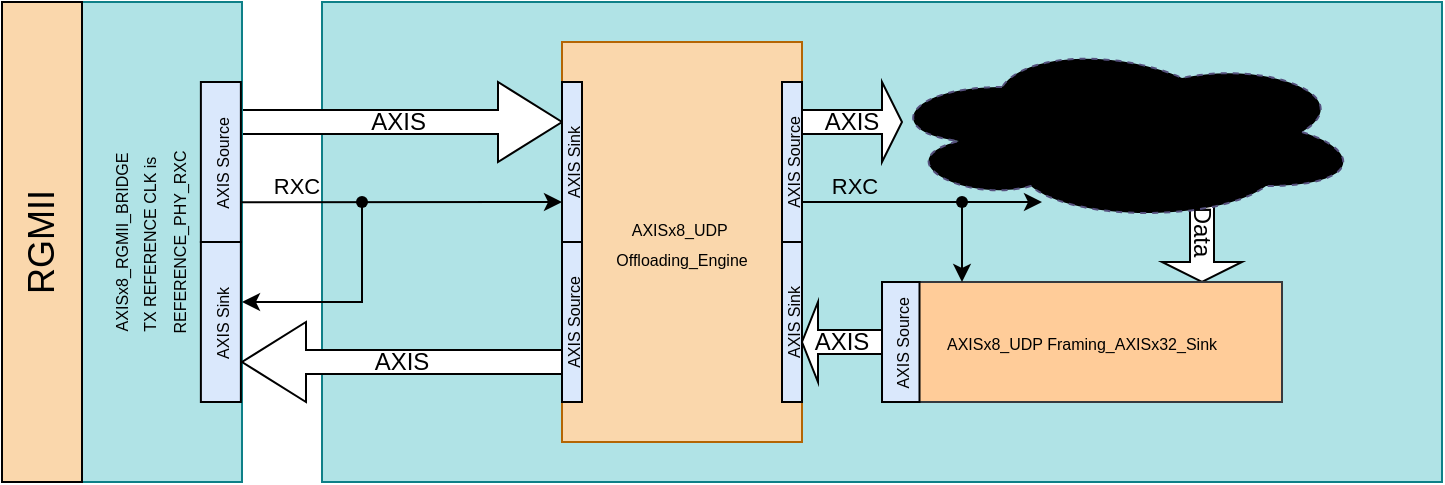
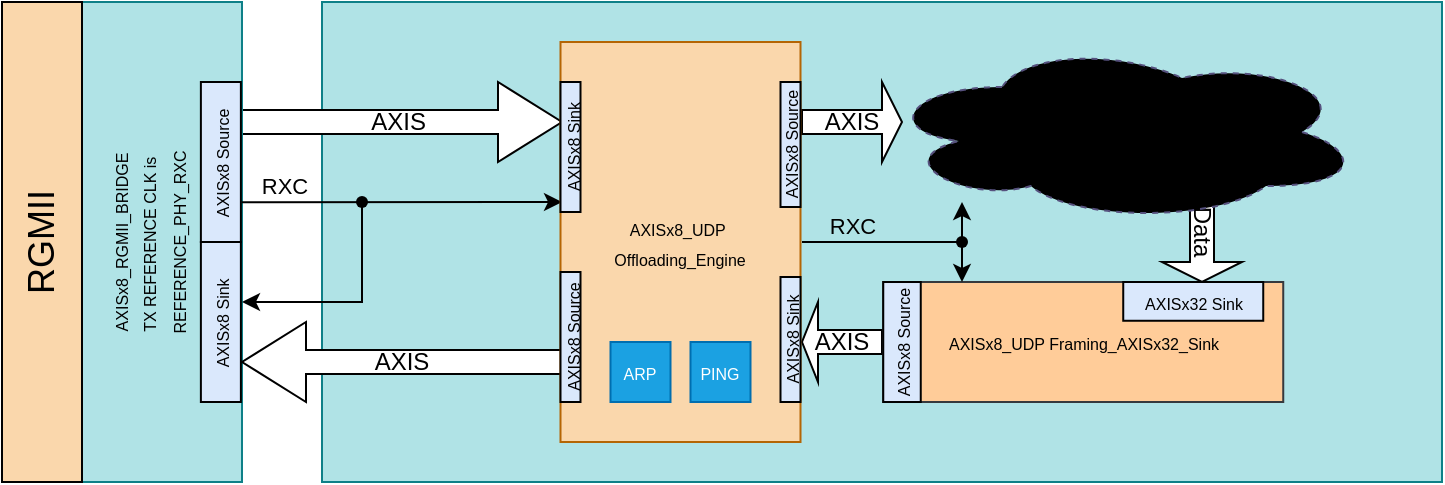
<mxfile host="Electron" agent="Mozilla/5.0 (Windows NT 10.0; Win64; x64) AppleWebKit/537.36 (KHTML, like Gecko) Chrome/147.0.0.0 Safari/537.36 OPR/131.0.0.0">
  <diagram name="Page-1" id="g0-s9DwC3oRhXUgsUFM5">
-     <mxGraphModel dx="1414" dy="849" grid="1" gridSize="10" guides="1" tooltips="1" connect="1" arrows="1" fold="1" page="1" pageScale="1" pageWidth="827" pageHeight="1169" math="0" shadow="0">
+     <mxGraphModel dx="975" dy="586" grid="1" gridSize="10" guides="1" tooltips="1" connect="1" arrows="1" fold="1" page="1" pageScale="1" pageWidth="827" pageHeight="1169" math="0" shadow="0">
      <root>
        <mxCell id="0" />
        <mxCell id="1" parent="0" />
        <mxCell id="l-Vy5mzzBIYiazb95XEs-126" parent="1" style="rounded=0;whiteSpace=wrap;html=1;fillColor=#b0e3e6;strokeColor=#0e8088;" value="" vertex="1">
          <mxGeometry height="240" width="560" x="200" y="880" as="geometry" />
        </mxCell>
        <mxCell id="l-Vy5mzzBIYiazb95XEs-80" parent="1" style="shape=singleArrow;whiteSpace=wrap;html=1;rotation=90;" value="&lt;div&gt;Data&lt;/div&gt;" vertex="1">
          <mxGeometry height="40" width="50" x="615" y="975" as="geometry" />
        </mxCell>
        <mxCell id="l-Vy5mzzBIYiazb95XEs-81" parent="1" style="shape=singleArrow;whiteSpace=wrap;html=1;" value="AXIS&amp;nbsp;" vertex="1">
          <mxGeometry height="40" width="160" x="160" y="920" as="geometry" />
        </mxCell>
        <mxCell id="l-Vy5mzzBIYiazb95XEs-82" parent="1" style="ellipse;shape=cloud;whiteSpace=wrap;html=1;align=center;fillColor=#d0cee2;strokeColor=#56517e;dashed=1;gradientColor=light-dark(#7EA6E0,#436697);gradientDirection=radial;" value="Logic" vertex="1">
          <mxGeometry height="90" width="240" x="480" y="900" as="geometry" />
        </mxCell>
        <mxCell id="l-Vy5mzzBIYiazb95XEs-84" parent="1" style="rounded=0;whiteSpace=wrap;html=1;fillColor=#b0e3e6;strokeColor=#0e8088;rotation=-90;" value="&lt;span style=&quot;font-size: 8px;&quot;&gt;AXISx8_RGMII_BRIDGE&lt;/span&gt;&lt;div&gt;&lt;span style=&quot;font-size: 8px;&quot;&gt;TX REFERENCE CLK is&amp;nbsp;&lt;/span&gt;&lt;/div&gt;&lt;div&gt;&lt;span style=&quot;font-size: 8px;&quot;&gt;REFERENCE_PHY_RXC&lt;/span&gt;&lt;/div&gt;&lt;div&gt;&lt;span style=&quot;font-size: 8px;&quot;&gt;&lt;br&gt;&lt;/span&gt;&lt;/div&gt;" vertex="1">
          <mxGeometry height="80" width="240" y="960" as="geometry" />
        </mxCell>
-         <mxCell id="l-Vy5mzzBIYiazb95XEs-85" parent="1" style="rounded=0;whiteSpace=wrap;html=1;fillColor=#fad7ac;strokeColor=#b46504;" value="&lt;span style=&quot;font-size: 8px;&quot;&gt;AXISx8_UDP&amp;nbsp;&lt;/span&gt;&lt;div&gt;&lt;span style=&quot;font-size: 8px;&quot;&gt;Offloading_Engine&lt;/span&gt;&lt;/div&gt;" vertex="1">
-           <mxGeometry height="200" width="120" x="320" y="900" as="geometry" />
-         </mxCell>
-         <mxCell id="l-Vy5mzzBIYiazb95XEs-86" parent="1" style="rounded=0;whiteSpace=wrap;html=1;fillColor=#ffcc99;strokeColor=#36393d;" value="&lt;span style=&quot;font-size: 8px;&quot;&gt;AXISx8_UDP Framing_AXISx32_Sink&lt;/span&gt;" vertex="1">
-           <mxGeometry height="60" width="200" x="480" y="1020" as="geometry" />
-         </mxCell>
        <mxCell id="l-Vy5mzzBIYiazb95XEs-87" parent="1" style="shape=singleArrow;whiteSpace=wrap;html=1;" value="AXIS" vertex="1">
          <mxGeometry height="40" width="50" x="440" y="920" as="geometry" />
        </mxCell>
        <mxCell id="l-Vy5mzzBIYiazb95XEs-88" parent="1" style="shape=singleArrow;direction=west;whiteSpace=wrap;html=1;" value="AXIS" vertex="1">
          <mxGeometry height="40" width="40" x="440" y="1030" as="geometry" />
        </mxCell>
-         <mxCell id="l-Vy5mzzBIYiazb95XEs-89" edge="1" parent="1" source="l-Vy5mzzBIYiazb95XEs-85" style="endArrow=classic;html=1;rounded=0;exitX=1;exitY=0.4;exitDx=0;exitDy=0;exitPerimeter=0;" value="">
-           <mxGeometry height="50" relative="1" width="50" as="geometry">
-             <Array as="points" />
-             <mxPoint x="520" y="979.83" as="sourcePoint" />
-             <mxPoint x="560" y="980" as="targetPoint" />
-           </mxGeometry>
-         </mxCell>
-         <mxCell id="l-Vy5mzzBIYiazb95XEs-90" edge="1" parent="1" source="l-Vy5mzzBIYiazb95XEs-92" style="endArrow=classic;html=1;rounded=0;" value=" ">
-           <mxGeometry height="50" relative="1" width="50" as="geometry">
-             <Array as="points">
-               <mxPoint x="520" y="1020" />
-             </Array>
-             <mxPoint x="520" y="980" as="sourcePoint" />
-             <mxPoint x="520" y="1020" as="targetPoint" />
-           </mxGeometry>
-         </mxCell>
-         <mxCell id="l-Vy5mzzBIYiazb95XEs-91" edge="1" parent="1" style="endArrow=classic;html=1;rounded=0;" target="l-Vy5mzzBIYiazb95XEs-92" value="">
+         <mxCell id="l-Vy5mzzBIYiazb95XEs-91" edge="1" parent="1" style="endArrow=classic;html=1;rounded=0;" value="">
          <mxGeometry height="50" relative="1" width="50" as="geometry">
            <Array as="points" />
            <mxPoint x="520" y="980" as="sourcePoint" />
-             <mxPoint x="520" y="1020" as="targetPoint" />
+             <mxPoint x="520" y="980" as="targetPoint" />
          </mxGeometry>
        </mxCell>
-         <mxCell id="l-Vy5mzzBIYiazb95XEs-92" parent="1" style="shape=waypoint;sketch=0;fillStyle=solid;size=6;pointerEvents=1;points=[];fillColor=none;resizable=0;rotatable=0;perimeter=centerPerimeter;snapToPoint=1;" value="" vertex="1">
-           <mxGeometry height="20" width="20" x="510" y="970" as="geometry" />
-         </mxCell>
-         <mxCell id="l-Vy5mzzBIYiazb95XEs-104" parent="1" style="rounded=0;whiteSpace=wrap;html=1;fillColor=#dae8fc;strokeColor=#000000;rotation=-90;" value="&lt;span style=&quot;font-size: 8px;&quot;&gt;AXIS Sink&lt;/span&gt;" vertex="1">
+         <mxCell id="l-Vy5mzzBIYiazb95XEs-104" parent="1" style="rounded=0;whiteSpace=wrap;html=1;fillColor=#dae8fc;strokeColor=#000000;rotation=-90;" value="&lt;span style=&quot;font-size: 8px;&quot;&gt;AXISx8 Sink&lt;/span&gt;" vertex="1">
          <mxGeometry height="20" width="80" x="109.44" y="1030" as="geometry" />
        </mxCell>
-         <mxCell id="l-Vy5mzzBIYiazb95XEs-105" parent="1" style="rounded=0;whiteSpace=wrap;html=1;fillColor=#dae8fc;strokeColor=#000000;rotation=-90;" value="&lt;span style=&quot;font-size: 8px;&quot;&gt;AXIS Source&lt;/span&gt;" vertex="1">
+         <mxCell id="l-Vy5mzzBIYiazb95XEs-105" parent="1" style="rounded=0;whiteSpace=wrap;html=1;fillColor=#dae8fc;strokeColor=#000000;rotation=-90;" value="&lt;span style=&quot;font-size: 8px;&quot;&gt;AXISx8 Source&lt;/span&gt;" vertex="1">
          <mxGeometry height="20" width="80" x="109.44" y="950" as="geometry" />
        </mxCell>
-         <mxCell id="l-Vy5mzzBIYiazb95XEs-106" parent="1" style="rounded=0;whiteSpace=wrap;html=1;fillColor=#dae8fc;strokeColor=#000000;rotation=-90;" value="&lt;span style=&quot;font-size: 8px;&quot;&gt;AXIS Sink&lt;/span&gt;" vertex="1">
-           <mxGeometry height="10" width="80" x="285" y="955" as="geometry" />
-         </mxCell>
-         <mxCell id="l-Vy5mzzBIYiazb95XEs-107" parent="1" style="rounded=0;whiteSpace=wrap;html=1;fillColor=#dae8fc;strokeColor=#000000;rotation=-90;" value="&lt;span style=&quot;font-size: 8px;&quot;&gt;AXIS Source&lt;/span&gt;" vertex="1">
-           <mxGeometry height="10" width="80" x="285" y="1035" as="geometry" />
-         </mxCell>
-         <mxCell id="l-Vy5mzzBIYiazb95XEs-108" parent="1" style="rounded=0;whiteSpace=wrap;html=1;fillColor=#dae8fc;strokeColor=#000000;rotation=-90;" value="&lt;span style=&quot;font-size: 8px;&quot;&gt;AXIS Source&lt;/span&gt;" vertex="1">
-           <mxGeometry height="10" width="80" x="395" y="955" as="geometry" />
-         </mxCell>
-         <mxCell id="l-Vy5mzzBIYiazb95XEs-109" parent="1" style="rounded=0;whiteSpace=wrap;html=1;fillColor=#dae8fc;strokeColor=#000000;rotation=-90;" value="&lt;span style=&quot;font-size: 8px;&quot;&gt;AXIS Sink&lt;/span&gt;" vertex="1">
-           <mxGeometry height="10" width="80" x="395" y="1035" as="geometry" />
-         </mxCell>
        <mxCell id="l-Vy5mzzBIYiazb95XEs-110" connectable="0" parent="1" style="edgeLabel;html=1;align=center;verticalAlign=bottom;resizable=0;points=[];labelBackgroundColor=none;labelBorderColor=none;labelPosition=center;verticalLabelPosition=top;fillColor=none;" value="RXC" vertex="1">
-           <mxGeometry x="465.5" y="980" as="geometry" />
+           <mxGeometry x="465" y="1000" as="geometry" />
        </mxCell>
        <mxCell id="l-Vy5mzzBIYiazb95XEs-113" edge="1" parent="1" style="endArrow=none;html=1;rounded=0;" value="">
          <mxGeometry height="50" relative="1" width="50" as="geometry">
            <mxPoint x="300" y="1060" as="sourcePoint" />
            <mxPoint x="300" y="1060" as="targetPoint" />
          </mxGeometry>
        </mxCell>
        <mxCell id="l-Vy5mzzBIYiazb95XEs-114" edge="1" parent="1" style="endArrow=none;html=1;rounded=0;" value="">
          <mxGeometry height="50" relative="1" width="50" as="geometry">
            <mxPoint x="300" y="1090" as="sourcePoint" />
            <mxPoint x="300" y="1090" as="targetPoint" />
          </mxGeometry>
        </mxCell>
        <mxCell id="l-Vy5mzzBIYiazb95XEs-119" parent="1" style="shape=singleArrow;direction=west;whiteSpace=wrap;html=1;" value="AXIS" vertex="1">
          <mxGeometry height="40" width="160" x="160" y="1040" as="geometry" />
        </mxCell>
-         <mxCell id="l-Vy5mzzBIYiazb95XEs-120" parent="1" style="rounded=0;whiteSpace=wrap;html=1;fillColor=#dae8fc;strokeColor=#000000;rotation=-90;" value="&lt;span style=&quot;font-size: 8px;&quot;&gt;AXIS Source&lt;/span&gt;" vertex="1">
-           <mxGeometry height="18.75" width="60" x="459.38" y="1040.63" as="geometry" />
-         </mxCell>
        <mxCell id="l-Vy5mzzBIYiazb95XEs-121" edge="1" parent="1" style="endArrow=classic;html=1;rounded=0;" value="">
          <mxGeometry height="50" relative="1" width="50" as="geometry">
            <Array as="points">
              <mxPoint x="220" y="1030" />
            </Array>
            <mxPoint x="220" y="980" as="sourcePoint" />
            <mxPoint x="160" y="1030" as="targetPoint" />
          </mxGeometry>
        </mxCell>
-         <mxCell id="l-Vy5mzzBIYiazb95XEs-131" edge="1" parent="1" style="endArrow=classic;html=1;rounded=0;exitX=1;exitY=0.4;exitDx=0;exitDy=0;exitPerimeter=0;labelPosition=center;verticalLabelPosition=top;align=center;verticalAlign=bottom;entryX=0.25;entryY=0;entryDx=0;entryDy=0;" target="l-Vy5mzzBIYiazb95XEs-106" value="">
+         <mxCell id="l-Vy5mzzBIYiazb95XEs-131" edge="1" parent="1" style="endArrow=classic;html=1;rounded=0;exitX=1;exitY=0.4;exitDx=0;exitDy=0;exitPerimeter=0;labelPosition=center;verticalLabelPosition=top;align=center;verticalAlign=bottom;entryX=0.25;entryY=0;entryDx=0;entryDy=0;" value="">
          <mxGeometry height="50" relative="1" width="50" as="geometry">
            <Array as="points" />
            <mxPoint x="160" y="980.1700000000001" as="sourcePoint" />
-             <mxPoint x="240" y="980" as="targetPoint" />
+             <mxPoint x="320" y="980" as="targetPoint" />
          </mxGeometry>
        </mxCell>
        <mxCell id="l-Vy5mzzBIYiazb95XEs-132" connectable="0" parent="l-Vy5mzzBIYiazb95XEs-131" style="edgeLabel;html=1;align=center;verticalAlign=bottom;resizable=0;points=[];labelBackgroundColor=none;labelBorderColor=none;labelPosition=center;verticalLabelPosition=top;" value="RXC" vertex="1">
          <mxGeometry relative="1" x="-0.695" y="-1" as="geometry">
-             <mxPoint x="2" y="-1" as="offset" />
+             <mxPoint x="-4" y="-1" as="offset" />
          </mxGeometry>
        </mxCell>
        <mxCell id="l-Vy5mzzBIYiazb95XEs-133" parent="1" style="shape=waypoint;sketch=0;fillStyle=solid;size=6;pointerEvents=1;points=[];fillColor=none;resizable=0;rotatable=0;perimeter=centerPerimeter;snapToPoint=1;" value="" vertex="1">
          <mxGeometry height="20" width="20" x="210" y="970" as="geometry" />
        </mxCell>
        <mxCell id="KEg-0OEKTg1LhKuI-4BB-1" parent="1" style="rounded=0;whiteSpace=wrap;html=1;fillColor=#fad7ac;strokeColor=#000000;rotation=-90;" value="&lt;span style=&quot;font-size: 18px;&quot;&gt;RGMII&lt;/span&gt;" vertex="1">
          <mxGeometry height="40" width="240" x="-59.99999999999999" y="980" as="geometry" />
        </mxCell>
+         <mxCell id="RrWpHngyIq7_UeNYNdi2-9" parent="1" style="rounded=0;whiteSpace=wrap;html=1;fillColor=#fad7ac;strokeColor=#b46504;" value="&lt;span style=&quot;font-size: 8px;&quot;&gt;AXISx8_UDP&amp;nbsp;&lt;/span&gt;&lt;div&gt;&lt;span style=&quot;font-size: 8px;&quot;&gt;Offloading_Engine&lt;/span&gt;&lt;/div&gt;" vertex="1">
+           <mxGeometry height="200" width="120" x="319.25" y="900" as="geometry" />
+         </mxCell>
+         <mxCell id="RrWpHngyIq7_UeNYNdi2-10" parent="1" style="rounded=0;whiteSpace=wrap;html=1;fillColor=#dae8fc;strokeColor=#000000;rotation=-90;verticalAlign=middle;" value="&lt;span style=&quot;font-size: 8px;&quot;&gt;AXISx8&lt;/span&gt;&lt;span style=&quot;font-size: 8px;&quot;&gt; Sink&lt;/span&gt;" vertex="1">
+           <mxGeometry height="10" width="65" x="291.75" y="947.5" as="geometry" />
+         </mxCell>
+         <mxCell id="RrWpHngyIq7_UeNYNdi2-11" parent="1" style="rounded=0;whiteSpace=wrap;html=1;fillColor=#dae8fc;strokeColor=#000000;rotation=-90;" value="&lt;span style=&quot;font-size: 8px;&quot;&gt;AXISx8 Source&lt;/span&gt;" vertex="1">
+           <mxGeometry height="10" width="65" x="291.75" y="1042.5" as="geometry" />
+         </mxCell>
+         <mxCell id="RrWpHngyIq7_UeNYNdi2-12" parent="1" style="rounded=0;whiteSpace=wrap;html=1;fillColor=#dae8fc;strokeColor=#000000;rotation=-90;" value="&lt;span style=&quot;font-size: 8px;&quot;&gt;AXISx8 Source&lt;/span&gt;" vertex="1">
+           <mxGeometry height="10" width="62.5" x="403" y="946.25" as="geometry" />
+         </mxCell>
+         <mxCell id="RrWpHngyIq7_UeNYNdi2-13" parent="1" style="rounded=0;whiteSpace=wrap;html=1;fillColor=#dae8fc;strokeColor=#000000;rotation=-90;" value="&lt;span style=&quot;font-size: 8px;&quot;&gt;AXISx8&lt;/span&gt;&lt;span style=&quot;font-size: 8px;&quot;&gt; Sink&lt;/span&gt;" vertex="1">
+           <mxGeometry height="10" width="62.5" x="403" y="1043.75" as="geometry" />
+         </mxCell>
+         <mxCell id="RrWpHngyIq7_UeNYNdi2-14" parent="1" style="rounded=0;whiteSpace=wrap;html=1;fillColor=#1ba1e2;strokeColor=#006EAF;rotation=0;fontColor=#ffffff;" value="&lt;span style=&quot;font-size: 8px;&quot;&gt;PING&lt;/span&gt;" vertex="1">
+           <mxGeometry height="30" width="30" x="384.25" y="1050" as="geometry" />
+         </mxCell>
+         <mxCell id="RrWpHngyIq7_UeNYNdi2-15" parent="1" style="rounded=0;whiteSpace=wrap;html=1;fillColor=#1ba1e2;strokeColor=#006EAF;rotation=0;fontColor=#ffffff;" value="&lt;span style=&quot;font-size: 8px;&quot;&gt;ARP&lt;/span&gt;" vertex="1">
+           <mxGeometry height="30" width="30" x="344.25" y="1050" as="geometry" />
+         </mxCell>
+         <mxCell id="RrWpHngyIq7_UeNYNdi2-16" parent="1" style="rounded=0;whiteSpace=wrap;html=1;fillColor=#ffcc99;strokeColor=#36393d;" value="&lt;span style=&quot;font-size: 8px;&quot;&gt;AXISx8_UDP Framing_AXISx32_Sink&lt;/span&gt;" vertex="1">
+           <mxGeometry height="60" width="200" x="480.62" y="1020" as="geometry" />
+         </mxCell>
+         <mxCell id="RrWpHngyIq7_UeNYNdi2-17" parent="1" style="rounded=0;whiteSpace=wrap;html=1;fillColor=#dae8fc;strokeColor=#000000;rotation=-90;fontSize=12;" value="&lt;span style=&quot;font-size: 8px;&quot;&gt;AXISx8 Source&lt;/span&gt;" vertex="1">
+           <mxGeometry height="18.75" width="60" x="460" y="1040.63" as="geometry" />
+         </mxCell>
+         <mxCell id="RrWpHngyIq7_UeNYNdi2-18" parent="1" style="rounded=0;whiteSpace=wrap;html=1;fillColor=#dae8fc;strokeColor=#000000;rotation=0;" value="&lt;span style=&quot;font-size: 8px;&quot;&gt;AXISx32 Sink&lt;/span&gt;" vertex="1">
+           <mxGeometry height="19.38" width="70" x="600.62" y="1020" as="geometry" />
+         </mxCell>
+         <mxCell id="RrWpHngyIq7_UeNYNdi2-19" edge="1" parent="1" style="endArrow=none;html=1;rounded=0;" value="">
+           <mxGeometry height="50" relative="1" width="50" as="geometry">
+             <mxPoint x="440" y="1000" as="sourcePoint" />
+             <mxPoint x="520" y="1000" as="targetPoint" />
+           </mxGeometry>
+         </mxCell>
+         <mxCell id="RrWpHngyIq7_UeNYNdi2-20" edge="1" parent="1" style="endArrow=classic;html=1;rounded=0;exitX=0.197;exitY=1.003;exitDx=0;exitDy=0;exitPerimeter=0;entryX=0.2;entryY=0.002;entryDx=0;entryDy=0;entryPerimeter=0;endFill=1;startArrow=classic;startFill=1;" value="">
+           <mxGeometry height="50" relative="1" width="50" as="geometry">
+             <mxPoint x="520" y="980" as="sourcePoint" />
+             <mxPoint x="520" y="1020" as="targetPoint" />
+           </mxGeometry>
+         </mxCell>
+         <mxCell id="RrWpHngyIq7_UeNYNdi2-21" parent="1" style="shape=waypoint;sketch=0;fillStyle=solid;size=6;pointerEvents=1;points=[];fillColor=none;resizable=0;rotatable=0;perimeter=centerPerimeter;snapToPoint=1;" value="" vertex="1">
+           <mxGeometry height="20" width="20" x="510" y="990" as="geometry" />
+         </mxCell>
      </root>
    </mxGraphModel>
  </diagram>
</mxfile>
